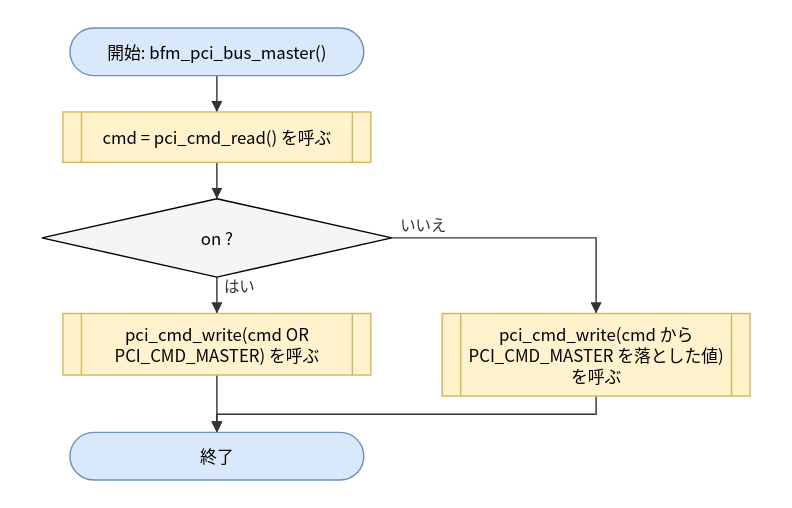
Before: doc/spec/images/flow_src_bfm_pci-bfm_pci_bus_master.drawio.svg, a diagram exported from draw.io (hf355051012-ai/bfmem). Source tidied: cells renumbered, new cells last; positions are measured from the earlier drawing's top-left corner, leaving out a move shared by most shapes. The source it was exported from:
```xml
<mxGraphModel>
  <root>
    <mxCell id="0" />
    <mxCell id="1" parent="0" />
    <mxCell id="2" value="開始: bfm_pci_bus_master()" style="rounded=1;arcSize=50;whiteSpace=wrap;html=1;fillColor=#dae8fc;strokeColor=#6c8ebf;" parent="1" vertex="1">
      <mxGeometry x="20" width="210" height="34" as="geometry" />
    </mxCell>
    <mxCell id="3" value="cmd = pci_cmd_read() を呼ぶ" style="shape=process;whiteSpace=wrap;html=1;backgroundOutline=1;size=0.06;fillColor=#fff2cc;strokeColor=#d6b656;" parent="1" vertex="1">
      <mxGeometry x="15" y="60" width="220" height="36" as="geometry" />
    </mxCell>
    <mxCell id="4" value="on ?" style="rhombus;whiteSpace=wrap;html=1;fillColor=#f5f5f5;" parent="1" vertex="1">
      <mxGeometry y="122" width="250" height="56" as="geometry" />
    </mxCell>
    <mxCell id="5" value="pci_cmd_write(cmd OR&lt;br&gt;PCI_CMD_MASTER) を呼ぶ" style="shape=process;whiteSpace=wrap;html=1;backgroundOutline=1;size=0.06;fillColor=#fff2cc;strokeColor=#d6b656;" parent="1" vertex="1">
      <mxGeometry x="15" y="204" width="220" height="44" as="geometry" />
    </mxCell>
    <mxCell id="6" value="pci_cmd_write(cmd から&lt;br&gt;PCI_CMD_MASTER を落とした値)&lt;br&gt;を呼ぶ" style="shape=process;whiteSpace=wrap;html=1;backgroundOutline=1;size=0.06;fillColor=#fff2cc;strokeColor=#d6b656;" parent="1" vertex="1">
      <mxGeometry x="286" y="204" width="220" height="59" as="geometry" />
    </mxCell>
    <mxCell id="7" value="終了" style="rounded=1;arcSize=50;whiteSpace=wrap;html=1;fillColor=#dae8fc;strokeColor=#6c8ebf;" parent="1" vertex="1">
      <mxGeometry x="20" y="289" width="210" height="34" as="geometry" />
    </mxCell>
    <mxCell id="8" style="edgeStyle=none;html=1;rounded=0;endArrow=block;endFill=1;exitX=0.5000;exitY=1.0000;exitDx=0;exitDy=0;exitPerimeter=0;entryX=0.5000;entryY=0.0000;entryDx=0;entryDy=0;entryPerimeter=0;" parent="1" edge="1" source="2" target="3">
      <mxGeometry relative="1" as="geometry" />
    </mxCell>
    <mxCell id="9" style="edgeStyle=none;html=1;rounded=0;endArrow=block;endFill=1;exitX=0.5000;exitY=1.0000;exitDx=0;exitDy=0;exitPerimeter=0;entryX=0.5000;entryY=0.0000;entryDx=0;entryDy=0;entryPerimeter=0;" parent="1" edge="1" source="3" target="4">
      <mxGeometry relative="1" as="geometry" />
    </mxCell>
    <mxCell id="10" value="はい" style="edgeStyle=none;html=1;rounded=0;endArrow=block;endFill=1;exitX=0.5000;exitY=1.0000;exitDx=0;exitDy=0;exitPerimeter=0;entryX=0.5000;entryY=0.0000;entryDx=0;entryDy=0;entryPerimeter=0;" parent="1" edge="1" source="4" target="5">
      <mxGeometry relative="1" as="geometry" />
    </mxCell>
    <mxCell id="11" value="いいえ" style="edgeStyle=none;html=1;rounded=0;endArrow=block;endFill=1;exitX=1.0000;exitY=0.5000;exitDx=0;exitDy=0;exitPerimeter=0;entryX=0.5000;entryY=0.0000;entryDx=0;entryDy=0;entryPerimeter=0;" parent="1" edge="1" source="4" target="6">
      <mxGeometry relative="1" as="geometry">
        <Array as="points">
          <mxPoint x="396" y="150" />
        </Array>
      </mxGeometry>
    </mxCell>
    <mxCell id="12" style="edgeStyle=none;html=1;rounded=0;endArrow=block;endFill=1;exitX=0.5000;exitY=1.0000;exitDx=0;exitDy=0;exitPerimeter=0;entryX=0.5000;entryY=0.0000;entryDx=0;entryDy=0;entryPerimeter=0;" parent="1" edge="1" source="5" target="7">
      <mxGeometry relative="1" as="geometry" />
    </mxCell>
    <mxCell id="13" style="edgeStyle=none;html=1;rounded=0;endArrow=block;endFill=1;exitX=0.5000;exitY=1.0000;exitDx=0;exitDy=0;exitPerimeter=0;entryX=0.5000;entryY=0.0000;entryDx=0;entryDy=0;entryPerimeter=0;" parent="1" edge="1" source="6" target="7">
      <mxGeometry relative="1" as="geometry">
        <Array as="points">
          <mxPoint x="396" y="276" />
          <mxPoint x="125" y="276" />
        </Array>
      </mxGeometry>
    </mxCell>
  </root>
</mxGraphModel>
```
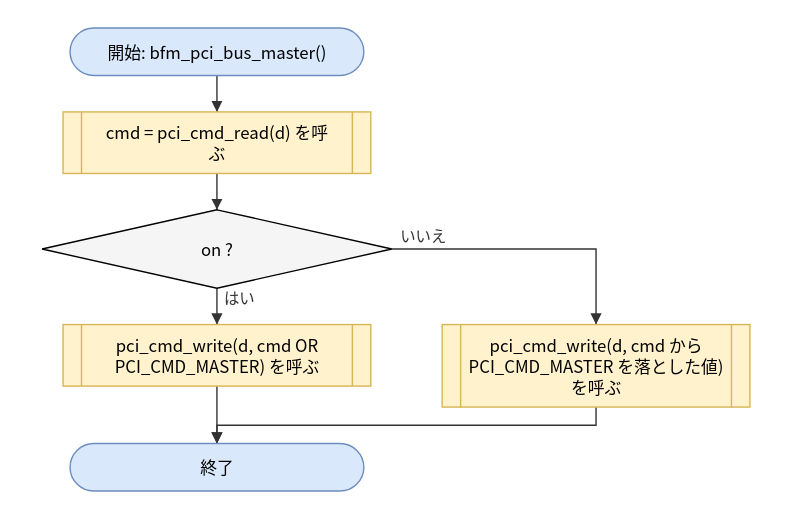
The same file after the commit.

Diff of the diagram source:
```diff
@@ -3,18 +3,18 @@
     <mxCell id="0" />
     <mxCell id="1" parent="0" />
     <mxCell id="2" value="開始: bfm_pci_bus_master()" style="rounded=1;arcSize=50;whiteSpace=wrap;html=1;fillColor=#dae8fc;strokeColor=#6c8ebf;" parent="1" vertex="1">
-      <mxGeometry x="20" width="210" height="34" as="geometry" />
+      <mxGeometry x="20" y="-8" width="210" height="34" as="geometry" />
     </mxCell>
-    <mxCell id="3" value="cmd = pci_cmd_read() を呼ぶ" style="shape=process;whiteSpace=wrap;html=1;backgroundOutline=1;size=0.06;fillColor=#fff2cc;strokeColor=#d6b656;" parent="1" vertex="1">
-      <mxGeometry x="15" y="60" width="220" height="36" as="geometry" />
+    <mxCell id="3" value="cmd = pci_cmd_read(d) を呼&lt;br&gt;ぶ" style="shape=process;whiteSpace=wrap;html=1;backgroundOutline=1;size=0.06;fillColor=#fff2cc;strokeColor=#d6b656;" parent="1" vertex="1">
+      <mxGeometry x="15" y="52" width="220" height="44" as="geometry" />
     </mxCell>
     <mxCell id="4" value="on ?" style="rhombus;whiteSpace=wrap;html=1;fillColor=#f5f5f5;" parent="1" vertex="1">
       <mxGeometry y="122" width="250" height="56" as="geometry" />
     </mxCell>
-    <mxCell id="5" value="pci_cmd_write(cmd OR&lt;br&gt;PCI_CMD_MASTER) を呼ぶ" style="shape=process;whiteSpace=wrap;html=1;backgroundOutline=1;size=0.06;fillColor=#fff2cc;strokeColor=#d6b656;" parent="1" vertex="1">
+    <mxCell id="5" value="pci_cmd_write(d, cmd OR&lt;br&gt;PCI_CMD_MASTER) を呼ぶ" style="shape=process;whiteSpace=wrap;html=1;backgroundOutline=1;size=0.06;fillColor=#fff2cc;strokeColor=#d6b656;" parent="1" vertex="1">
       <mxGeometry x="15" y="204" width="220" height="44" as="geometry" />
     </mxCell>
-    <mxCell id="6" value="pci_cmd_write(cmd から&lt;br&gt;PCI_CMD_MASTER を落とした値)&lt;br&gt;を呼ぶ" style="shape=process;whiteSpace=wrap;html=1;backgroundOutline=1;size=0.06;fillColor=#fff2cc;strokeColor=#d6b656;" parent="1" vertex="1">
+    <mxCell id="6" value="pci_cmd_write(d, cmd から&lt;br&gt;PCI_CMD_MASTER を落とした値)&lt;br&gt;を呼ぶ" style="shape=process;whiteSpace=wrap;html=1;backgroundOutline=1;size=0.06;fillColor=#fff2cc;strokeColor=#d6b656;" parent="1" vertex="1">
       <mxGeometry x="286" y="204" width="220" height="59" as="geometry" />
     </mxCell>
     <mxCell id="7" value="終了" style="rounded=1;arcSize=50;whiteSpace=wrap;html=1;fillColor=#dae8fc;strokeColor=#6c8ebf;" parent="1" vertex="1">
```
